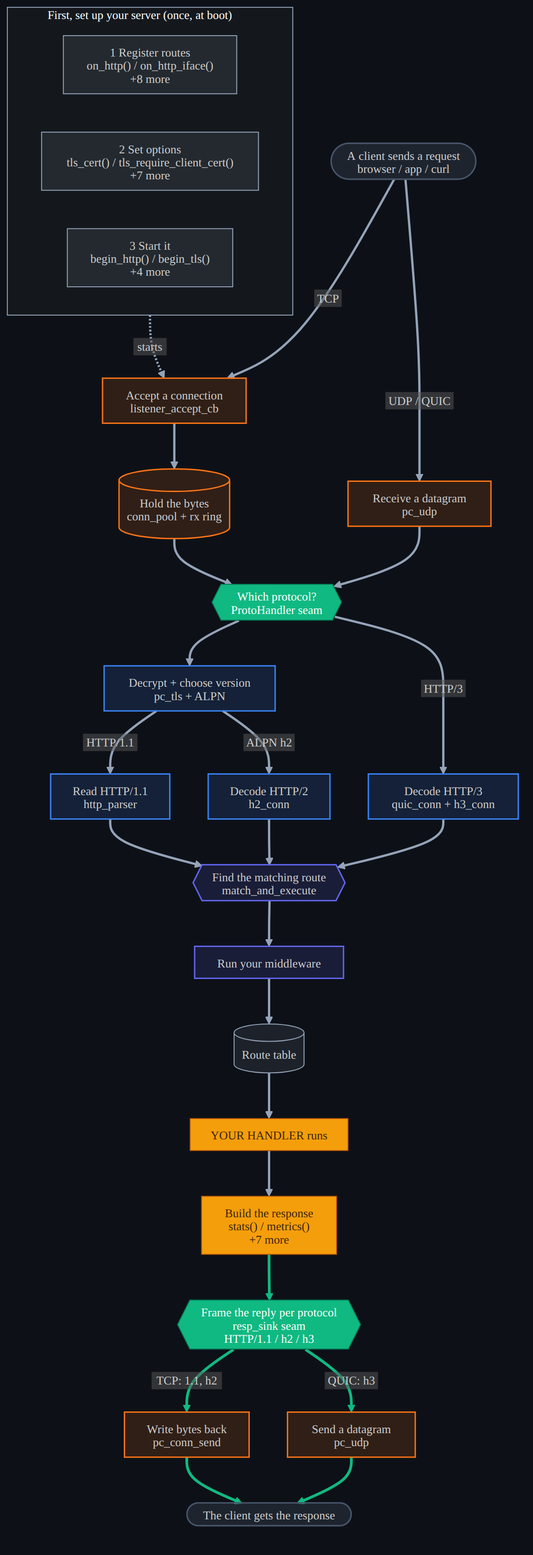
dstroy0/ProtoCore keeps this Mermaid diagram as docs/diagrams/api_flow.dark.png. Above is the earlier version. Its source is kept beside it as docs/diagrams/api_flow.mmd.
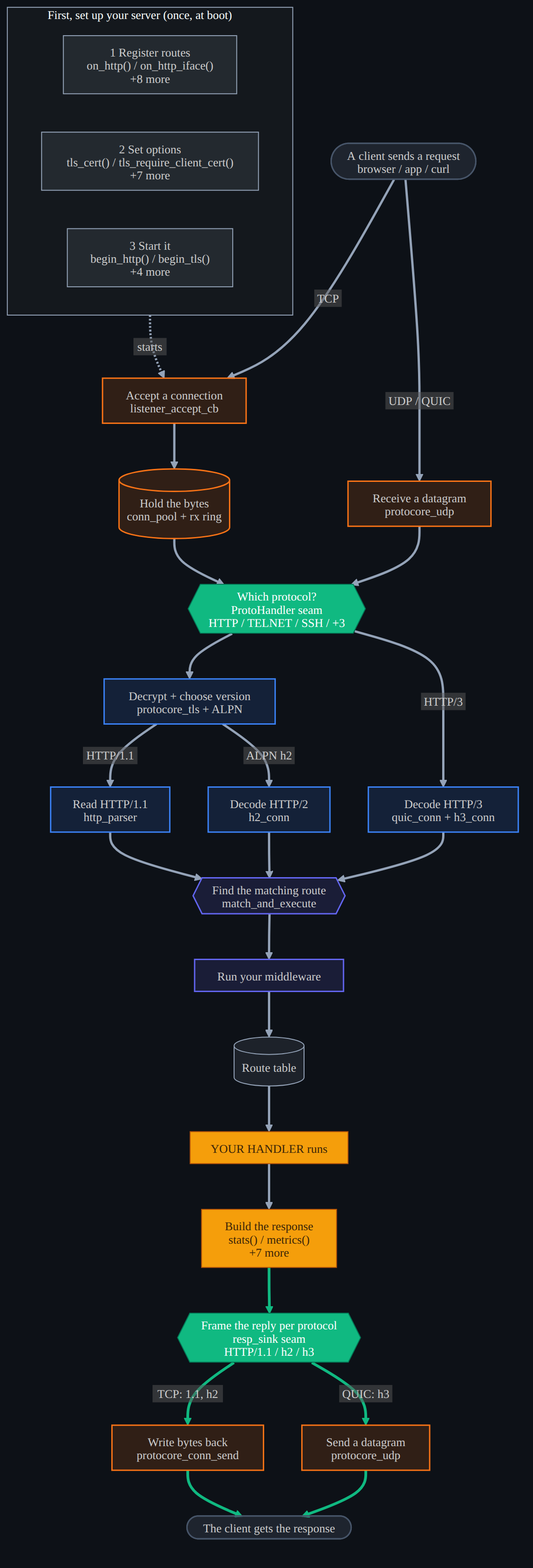
After the commit.

The edit, as a diff of the source:
```diff
@@ -11,7 +11,7 @@
   listen["Accept a connection<br/>listener_accept_cb"]
   ring[("Hold the bytes<br/>conn_pool + rx ring")]
   udprx["Receive a datagram<br/>protocore_udp"]
-  seam{{"Which protocol?<br/>ProtoHandler seam<br/>HTTP / TELNET / SSH / +2"}}
+  seam{{"Which protocol?<br/>ProtoHandler seam<br/>HTTP / TELNET / SSH / +3"}}
   tls["Decrypt + choose version<br/>protocore_tls + ALPN"]
   parser["Read HTTP/1.1<br/>http_parser"]
   h2["Decode HTTP/2<br/>h2_conn"]
```
